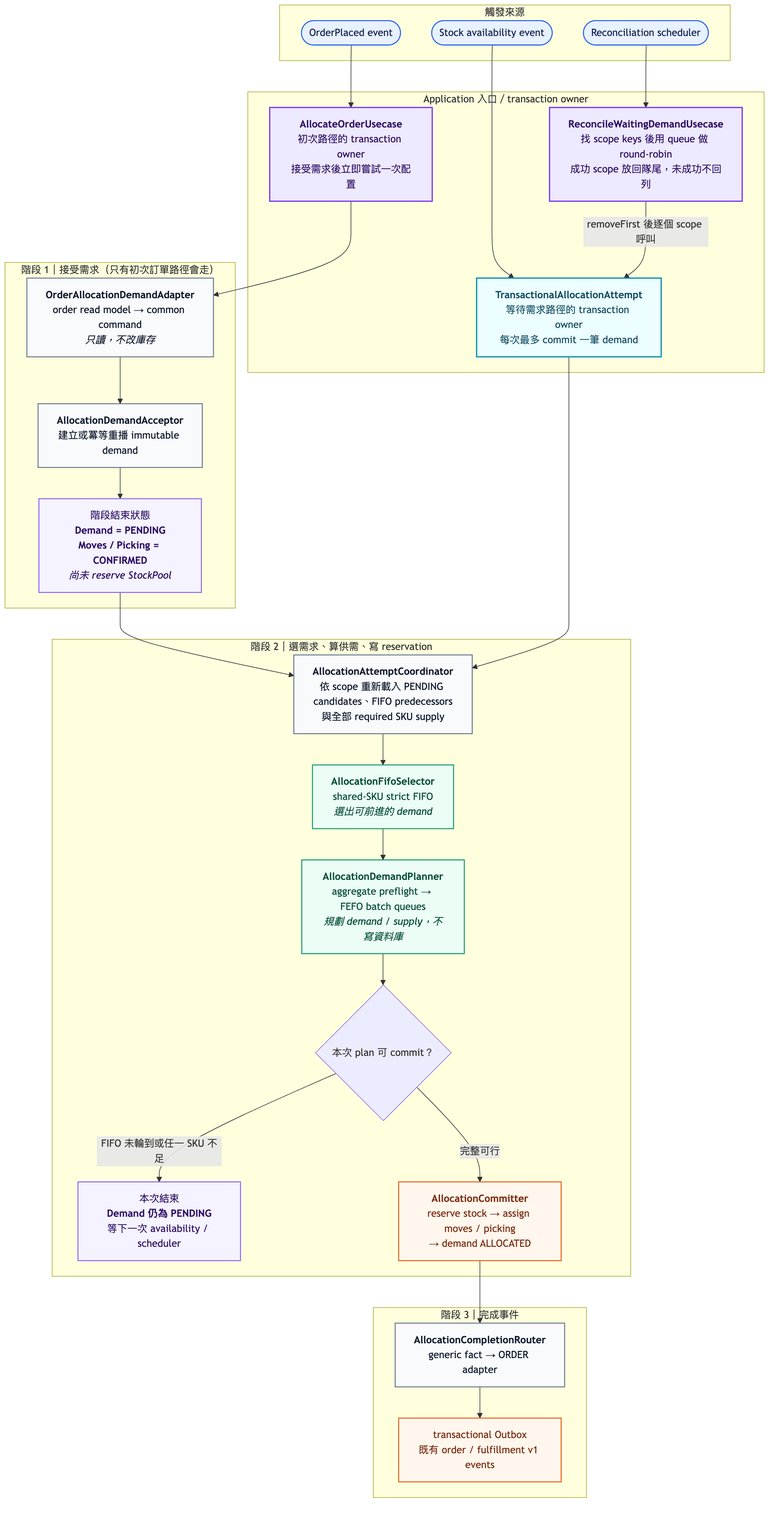
The Mermaid diagram docs/images/allocation-order-activity.png in zhjiangexe/order-allocation-arch-demo, before a commit. Its source is kept beside it as docs/diagrams/allocation-order-activity.mmd.
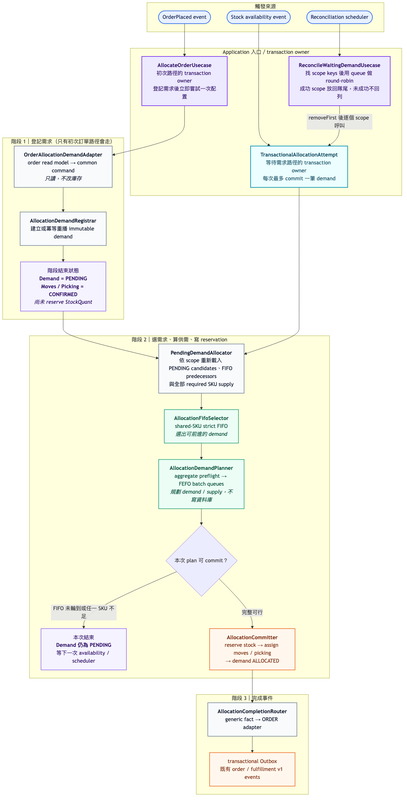
Later version of the same file.

What changed in the source:
```diff
@@ -8,21 +8,21 @@
 
     subgraph ENTRIES["Application 入口／transaction owner"]
       direction TB
-      ORDER_UC["<b>AllocateOrderUsecase</b><br/>初次路徑的 transaction owner<br/>接受需求後立即嘗試一次配置"]
+      ORDER_UC["<b>AllocateOrderUsecase</b><br/>初次路徑的 transaction owner<br/>登記需求後立即嘗試一次配置"]
       WAITING_TX["<b>TransactionalAllocationAttempt</b><br/>等待需求路徑的 transaction owner<br/>每次最多 commit 一筆 demand"]
       RECONCILE_UC["<b>ReconcileWaitingDemandUsecase</b><br/>找 scope keys 後用 queue 做 round-robin<br/>成功 scope 放回隊尾，未成功不回列"]
     end
 
-    subgraph ACCEPTANCE["階段 1｜接受需求（只有初次訂單路徑會走）"]
+    subgraph REGISTRATION["階段 1｜登記需求（只有初次訂單路徑會走）"]
       direction TB
       ADAPTER["<b>OrderAllocationDemandAdapter</b><br/>order read model → common command<br/><i>只讀，不改庫存</i>"]
-      ACCEPTOR["<b>AllocationDemandAcceptor</b><br/>建立或冪等重播 immutable demand"]
-      ACCEPTED_STATE["階段結束狀態<br/><b>Demand = PENDING</b><br/><b>Moves / Picking = CONFIRMED</b><br/><i>尚未 reserve StockPool</i>"]
+      REGISTRAR["<b>AllocationDemandRegistrar</b><br/>建立或冪等重播 immutable demand"]
+      REGISTERED_STATE["階段結束狀態<br/><b>Demand = PENDING</b><br/><b>Moves / Picking = CONFIRMED</b><br/><i>尚未 reserve StockQuant</i>"]
     end
 
     subgraph ATTEMPT["階段 2｜選需求、算供需、寫 reservation"]
       direction TB
-      COORDINATOR["<b>AllocationAttemptCoordinator</b><br/>依 scope 重新載入 PENDING candidates、FIFO predecessors<br/>與全部 required SKU supply"]
+      COORDINATOR["<b>PendingDemandAllocator</b><br/>依 scope 重新載入 PENDING candidates、FIFO predecessors<br/>與全部 required SKU supply"]
       FIFO["<b>AllocationFifoSelector</b><br/>shared-SKU strict FIFO<br/><i>選出可前進的 demand</i>"]
       PLANNER["<b>AllocationDemandPlanner</b><br/>aggregate preflight → FEFO batch queues<br/><i>規劃 demand / supply，不寫資料庫</i>"]
       DECISION{"本次 plan 可 commit？"}
@@ -37,8 +37,8 @@
     end
 
     ORDER_EVENT --> ORDER_UC
-    ORDER_UC --> ADAPTER --> ACCEPTOR --> ACCEPTED_STATE
-    ACCEPTED_STATE --> COORDINATOR
+    ORDER_UC --> ADAPTER --> REGISTRAR --> REGISTERED_STATE
+    REGISTERED_STATE --> COORDINATOR
 
     STOCK_EVENT --> WAITING_TX
     SCHEDULER --> RECONCILE_UC
@@ -61,7 +61,7 @@
     class ORDER_EVENT,STOCK_EVENT,SCHEDULER trigger;
     class ORDER_UC,RECONCILE_UC usecase;
     class WAITING_TX transaction;
-    class ADAPTER,ACCEPTOR,COORDINATOR,ROUTER adapter;
+    class ADAPTER,REGISTRAR,COORDINATOR,ROUTER adapter;
     class FIFO,PLANNER domain;
-    class ACCEPTED_STATE,WAITING_STATE state;
+    class REGISTERED_STATE,WAITING_STATE state;
     class COMMITTER,OUTBOX write;
```
